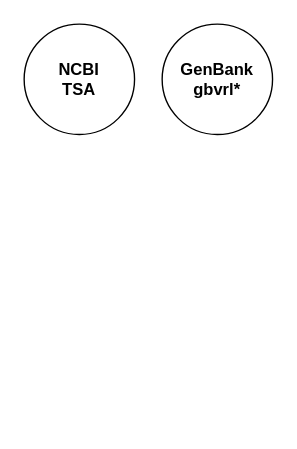
serratus-bio/logan-backend keeps this draw.io diagram as script/palmdb/ sOTU Assigment Workflow.drawio. Above is the earlier version. Source tidied: cells renumbered, new cells numbered last; positions are measured from the earlier drawing's top-left corner, leaving out a move shared by most shapes. Both pictures are drawn from the tidied source at 138%, with x=0, y=0 at pixel (23, 23).
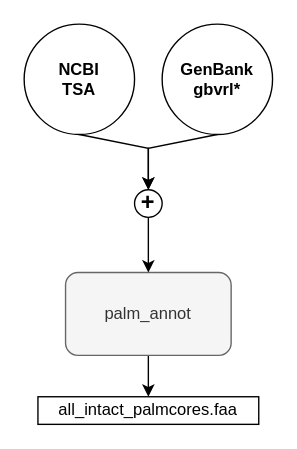
After the change.

Commit message (it also covers changes not shown here):
sOTU Assigment Workflow.drawio

The edit, as a diff of the source:
```diff
@@
 <mxGraphModel>
   <root>
     <mxCell id="0" />
     <mxCell id="1" parent="0" />
+    <mxCell id="4" style="edgeStyle=none;rounded=0;jettySize=auto;html=1;exitX=0.5;exitY=1;exitDx=0;exitDy=0;entryX=0.5;entryY=0;entryDx=0;entryDy=0;" parent="1" edge="1" source="2" target="9">
+      <mxGeometry relative="1" as="geometry">
+        <Array as="points">
+          <mxPoint x="90" y="90" />
+        </Array>
+      </mxGeometry>
+    </mxCell>
     <mxCell id="2" value="&lt;div&gt;&lt;b&gt;NCBI&lt;/b&gt;&lt;/div&gt;&lt;div&gt;&lt;b&gt;TSA&lt;br&gt;&lt;/b&gt;&lt;/div&gt;" style="ellipse;whiteSpace=wrap;html=1;" parent="1" vertex="1">
       <mxGeometry width="80" height="80" as="geometry" />
     </mxCell>
+    <mxCell id="5" style="edgeStyle=none;rounded=0;jettySize=auto;html=1;exitX=0.5;exitY=1;exitDx=0;exitDy=0;" parent="1" edge="1" source="3">
+      <mxGeometry relative="1" as="geometry">
+        <mxPoint x="90" y="120" as="targetPoint" />
+        <Array as="points">
+          <mxPoint x="90" y="90" />
+        </Array>
+      </mxGeometry>
+    </mxCell>
     <mxCell id="3" value="&lt;div&gt;&lt;b&gt;GenBank&lt;/b&gt;&lt;/div&gt;&lt;div&gt;&lt;b&gt;gbvrl*&lt;br&gt;&lt;/b&gt;&lt;/div&gt;" style="ellipse;whiteSpace=wrap;html=1;" parent="1" vertex="1">
       <mxGeometry x="100" width="80" height="80" as="geometry" />
     </mxCell>
+    <mxCell id="6" style="edgeStyle=none;rounded=0;jettySize=auto;html=1;entryX=0.5;entryY=0;entryDx=0;entryDy=0;" parent="1" edge="1" source="7" target="10">
+      <mxGeometry relative="1" as="geometry" />
+    </mxCell>
+    <mxCell id="7" value="palm_annot" style="rounded=1;whiteSpace=wrap;html=1;fillColor=#f5f5f5;strokeColor=#666666;fontColor=#333333;" parent="1" vertex="1">
+      <mxGeometry x="30" y="180" width="120" height="60" as="geometry" />
+    </mxCell>
+    <mxCell id="8" style="edgeStyle=none;rounded=0;jettySize=auto;html=1;entryX=0.5;entryY=0;entryDx=0;entryDy=0;" parent="1" edge="1" source="9" target="7">
+      <mxGeometry relative="1" as="geometry" />
+    </mxCell>
+    <mxCell id="9" value="&lt;font size=&quot;1&quot;&gt;&lt;b&gt;&lt;font style=&quot;font-size: 17px;&quot;&gt;+&lt;/font&gt;&lt;/b&gt;&lt;/font&gt;" style="ellipse;whiteSpace=wrap;html=1;" parent="1" vertex="1">
+      <mxGeometry x="80" y="120" width="20" height="20" as="geometry" />
+    </mxCell>
+    <mxCell id="10" value="&lt;div&gt;all_intact_palmcores.faa&lt;/div&gt;" style="rounded=0;whiteSpace=wrap;html=1;" parent="1" vertex="1">
+      <mxGeometry x="10" y="270" width="160" height="20" as="geometry" />
+    </mxCell>
   </root>
 </mxGraphModel>
```
